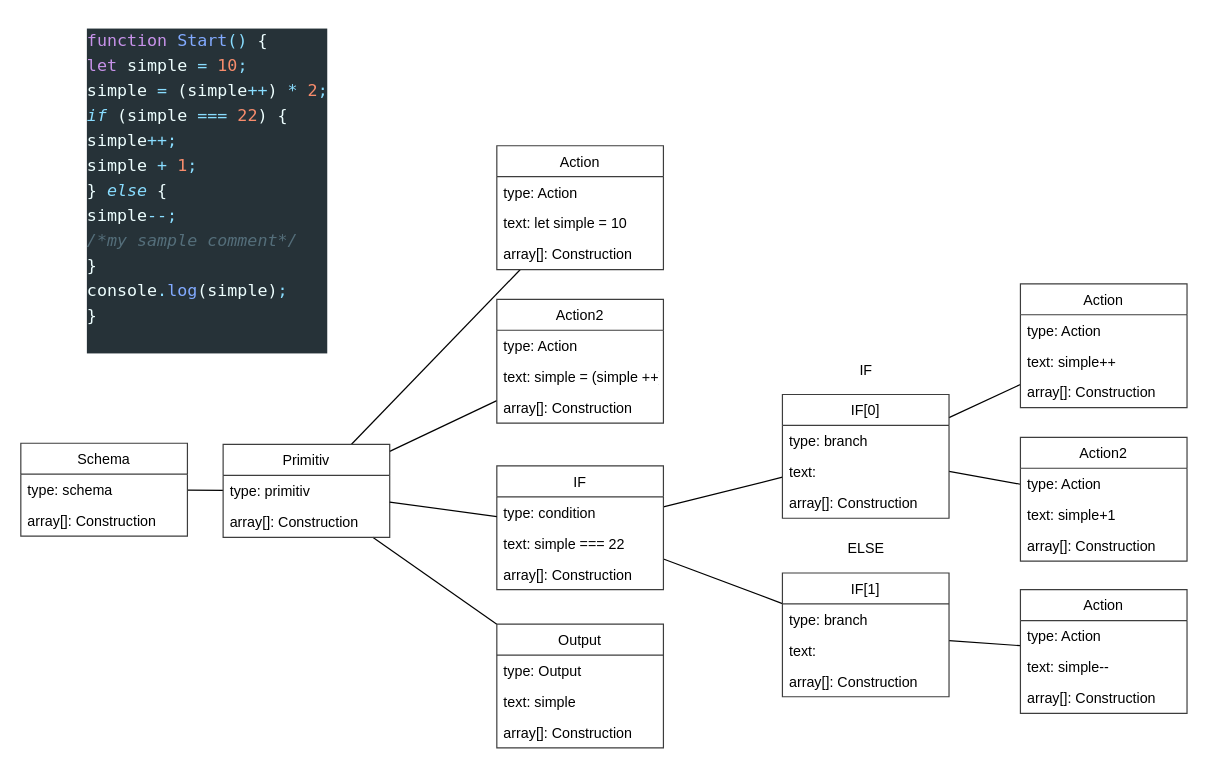
samarsky-canary/dragon keeps this draw.io diagram as page "Страница 5" (5 of 7) of dizdocs/schema_iter2.drawio. Above is the earlier version. Source tidied: cells renumbered, new cells numbered last; positions are measured from the earlier drawing's top-left corner, leaving out a move shared by most shapes. Both pictures are drawn from the tidied source at 119%, with x=0, y=0 at pixel (20, 20).
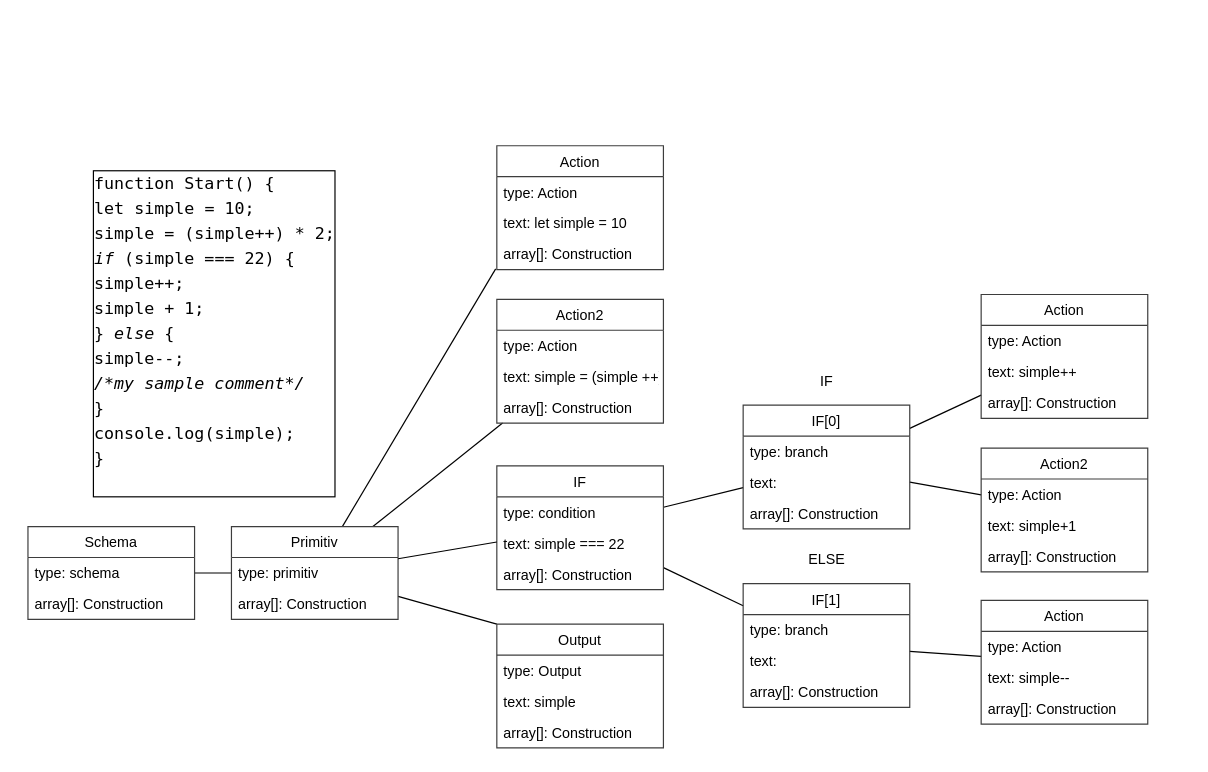
The same page after the edit.

The change refers to these unchanged cells:
```xml
<mxCell id="13" value="Action" style="swimlane;fontStyle=0;horizontal=1;startSize=26;fillColor=none;strokeColor=#3D3D3D;" parent="1" vertex="1">
  <mxGeometry x="400" y="105" width="140" height="104" as="geometry" />
</mxCell>
<mxCell id="16" value="array[]: Construction" style="text;strokeColor=none;fillColor=none;align=left;verticalAlign=top;spacingLeft=4;spacingRight=4;overflow=hidden;points=[[0,0.5],[1,0.5]];portConstraint=eastwest;" parent="13" vertex="1">
  <mxGeometry y="78" width="140" height="26" as="geometry" />
</mxCell>
```

Change to the diagram source:
```diff
@@
-    <mxCell id="2" value="&lt;div style=&quot;color: rgb(238 , 255 , 255) ; background-color: rgb(38 , 50 , 56) ; font-family: &amp;#34;menlo&amp;#34; , &amp;#34;monaco&amp;#34; , &amp;#34;courier new&amp;#34; , monospace ; font-weight: normal ; font-size: 14px ; line-height: 21px&quot;&gt;&lt;div&gt;&lt;span style=&quot;color: #c792ea&quot;&gt;function&lt;/span&gt;&lt;span style=&quot;color: #eeffff&quot;&gt; &lt;/span&gt;&lt;span style=&quot;color: #82aaff&quot;&gt;Start&lt;/span&gt;&lt;span style=&quot;color: #89ddff&quot;&gt;()&lt;/span&gt;&lt;span style=&quot;color: #eeffff&quot;&gt; {&lt;/span&gt;&lt;/div&gt;&lt;div&gt;&lt;span style=&quot;color: #eeffff&quot;&gt;    &lt;/span&gt;&lt;span style=&quot;color: #c792ea&quot;&gt;let&lt;/span&gt;&lt;span style=&quot;color: #eeffff&quot;&gt; &lt;/span&gt;&lt;span style=&quot;color: #eeffff&quot;&gt;simple&lt;/span&gt;&lt;span style=&quot;color: #eeffff&quot;&gt; &lt;/span&gt;&lt;span style=&quot;color: #89ddff&quot;&gt;=&lt;/span&gt;&lt;span style=&quot;color: #eeffff&quot;&gt; &lt;/span&gt;&lt;span style=&quot;color: #f78c6c&quot;&gt;10&lt;/span&gt;&lt;span style=&quot;color: #89ddff&quot;&gt;;&lt;/span&gt;&lt;/div&gt;&lt;div&gt;&lt;span style=&quot;color: #eeffff&quot;&gt;    &lt;/span&gt;&lt;span style=&quot;color: #eeffff&quot;&gt;simple&lt;/span&gt;&lt;span style=&quot;color: #eeffff&quot;&gt; &lt;/span&gt;&lt;span style=&quot;color: #89ddff&quot;&gt;=&lt;/span&gt;&lt;span style=&quot;color: #eeffff&quot;&gt; (&lt;/span&gt;&lt;span style=&quot;color: #eeffff&quot;&gt;simple&lt;/span&gt;&lt;span style=&quot;color: #89ddff&quot;&gt;++&lt;/span&gt;&lt;span style=&quot;color: #eeffff&quot;&gt;) &lt;/span&gt;&lt;span style=&quot;color: #89ddff&quot;&gt;*&lt;/span&gt;&lt;span style=&quot;color: #eeffff&quot;&gt; &lt;/span&gt;&lt;span style=&quot;color: #f78c6c&quot;&gt;2&lt;/span&gt;&lt;span style=&quot;color: #89ddff&quot;&gt;;&lt;/span&gt;&lt;/div&gt;&lt;div&gt;&lt;span style=&quot;color: #eeffff&quot;&gt;    &lt;/span&gt;&lt;span style=&quot;color: #89ddff ; font-style: italic&quot;&gt;if&lt;/span&gt;&lt;span style=&quot;color: #eeffff&quot;&gt; (&lt;/span&gt;&lt;span style=&quot;color: #eeffff&quot;&gt;simple&lt;/span&gt;&lt;span style=&quot;color: #eeffff&quot;&gt; &lt;/span&gt;&lt;span style=&quot;color: #89ddff&quot;&gt;===&lt;/span&gt;&lt;span style=&quot;color: #eeffff&quot;&gt; &lt;/span&gt;&lt;span style=&quot;color: #f78c6c&quot;&gt;22&lt;/span&gt;&lt;span style=&quot;color: #eeffff&quot;&gt;) {&lt;/span&gt;&lt;/div&gt;&lt;div&gt;&lt;span style=&quot;color: #eeffff&quot;&gt;        &lt;/span&gt;&lt;span style=&quot;color: #eeffff&quot;&gt;simple&lt;/span&gt;&lt;span style=&quot;color: #89ddff&quot;&gt;++;&lt;/span&gt;&lt;/div&gt;&lt;div&gt;&lt;span style=&quot;color: #eeffff&quot;&gt;        &lt;/span&gt;&lt;span style=&quot;color: #eeffff&quot;&gt;simple&lt;/span&gt;&lt;span style=&quot;color: #eeffff&quot;&gt; &lt;/span&gt;&lt;span style=&quot;color: #89ddff&quot;&gt;+&lt;/span&gt;&lt;span style=&quot;color: #eeffff&quot;&gt; &lt;/span&gt;&lt;span style=&quot;color: #f78c6c&quot;&gt;1&lt;/span&gt;&lt;span style=&quot;color: #89ddff&quot;&gt;;&lt;/span&gt;&lt;/div&gt;&lt;div&gt;&lt;span style=&quot;color: #eeffff&quot;&gt;    } &lt;/span&gt;&lt;span style=&quot;color: #89ddff ; font-style: italic&quot;&gt;else&lt;/span&gt;&lt;span style=&quot;color: #eeffff&quot;&gt; {&lt;/span&gt;&lt;/div&gt;&lt;div&gt;&lt;span style=&quot;color: #eeffff&quot;&gt;        &lt;/span&gt;&lt;span style=&quot;color: #eeffff&quot;&gt;simple&lt;/span&gt;&lt;span style=&quot;color: #89ddff&quot;&gt;--;&lt;/span&gt;&lt;/div&gt;&lt;div&gt;&lt;span style=&quot;color: #eeffff&quot;&gt;        &lt;/span&gt;&lt;span style=&quot;color: #546e7a ; font-style: italic&quot;&gt;/*my sample comment*/&lt;/span&gt;&lt;/div&gt;&lt;div&gt;&lt;span style=&quot;color: #eeffff&quot;&gt;    }&lt;/span&gt;&lt;/div&gt;&lt;div&gt;&lt;span style=&quot;color: #eeffff&quot;&gt;    &lt;/span&gt;&lt;span style=&quot;color: #eeffff&quot;&gt;console&lt;/span&gt;&lt;span style=&quot;color: #89ddff&quot;&gt;.&lt;/span&gt;&lt;span style=&quot;color: #82aaff&quot;&gt;log&lt;/span&gt;&lt;span style=&quot;color: #eeffff&quot;&gt;(&lt;/span&gt;&lt;span style=&quot;color: #eeffff&quot;&gt;simple&lt;/span&gt;&lt;span style=&quot;color: #eeffff&quot;&gt;)&lt;/span&gt;&lt;span style=&quot;color: #89ddff&quot;&gt;;&lt;/span&gt;&lt;/div&gt;&lt;div&gt;&lt;span style=&quot;color: #eeffff&quot;&gt;}&lt;/span&gt;&lt;/div&gt;&lt;br&gt;&lt;/div&gt;" style="text;whiteSpace=wrap;html=1;" parent="1" vertex="1">
-      <mxGeometry x="54" width="230" height="350" as="geometry" />
+    <mxCell id="2" value="&lt;div style=&quot;font-family: menlo, monaco, &amp;quot;courier new&amp;quot;, monospace; font-weight: normal; font-size: 14px; line-height: 21px;&quot;&gt;&lt;div&gt;&lt;span style=&quot;&quot;&gt;function&lt;/span&gt;&lt;span style=&quot;&quot;&gt; &lt;/span&gt;&lt;span style=&quot;&quot;&gt;Start&lt;/span&gt;&lt;span style=&quot;&quot;&gt;()&lt;/span&gt;&lt;span style=&quot;&quot;&gt; {&lt;/span&gt;&lt;/div&gt;&lt;div&gt;&lt;span style=&quot;&quot;&gt;    &lt;/span&gt;&lt;span style=&quot;&quot;&gt;let&lt;/span&gt;&lt;span style=&quot;&quot;&gt; &lt;/span&gt;&lt;span style=&quot;&quot;&gt;simple&lt;/span&gt;&lt;span style=&quot;&quot;&gt; &lt;/span&gt;&lt;span style=&quot;&quot;&gt;=&lt;/span&gt;&lt;span style=&quot;&quot;&gt; &lt;/span&gt;&lt;span style=&quot;&quot;&gt;10&lt;/span&gt;&lt;span style=&quot;&quot;&gt;;&lt;/span&gt;&lt;/div&gt;&lt;div&gt;&lt;span style=&quot;&quot;&gt;    &lt;/span&gt;&lt;span style=&quot;&quot;&gt;simple&lt;/span&gt;&lt;span style=&quot;&quot;&gt; &lt;/span&gt;&lt;span style=&quot;&quot;&gt;=&lt;/span&gt;&lt;span style=&quot;&quot;&gt; (&lt;/span&gt;&lt;span style=&quot;&quot;&gt;simple&lt;/span&gt;&lt;span style=&quot;&quot;&gt;++&lt;/span&gt;&lt;span style=&quot;&quot;&gt;) &lt;/span&gt;&lt;span style=&quot;&quot;&gt;*&lt;/span&gt;&lt;span style=&quot;&quot;&gt; &lt;/span&gt;&lt;span style=&quot;&quot;&gt;2&lt;/span&gt;&lt;span style=&quot;&quot;&gt;;&lt;/span&gt;&lt;/div&gt;&lt;div&gt;&lt;span style=&quot;&quot;&gt;    &lt;/span&gt;&lt;span style=&quot;font-style: italic;&quot;&gt;if&lt;/span&gt;&lt;span style=&quot;&quot;&gt; (&lt;/span&gt;&lt;span style=&quot;&quot;&gt;simple&lt;/span&gt;&lt;span style=&quot;&quot;&gt; &lt;/span&gt;&lt;span style=&quot;&quot;&gt;===&lt;/span&gt;&lt;span style=&quot;&quot;&gt; &lt;/span&gt;&lt;span style=&quot;&quot;&gt;22&lt;/span&gt;&lt;span style=&quot;&quot;&gt;) {&lt;/span&gt;&lt;/div&gt;&lt;div&gt;&lt;span style=&quot;&quot;&gt;        &lt;/span&gt;&lt;span style=&quot;&quot;&gt;simple&lt;/span&gt;&lt;span style=&quot;&quot;&gt;++;&lt;/span&gt;&lt;/div&gt;&lt;div&gt;&lt;span style=&quot;&quot;&gt;        &lt;/span&gt;&lt;span style=&quot;&quot;&gt;simple&lt;/span&gt;&lt;span style=&quot;&quot;&gt; &lt;/span&gt;&lt;span style=&quot;&quot;&gt;+&lt;/span&gt;&lt;span style=&quot;&quot;&gt; &lt;/span&gt;&lt;span style=&quot;&quot;&gt;1&lt;/span&gt;&lt;span style=&quot;&quot;&gt;;&lt;/span&gt;&lt;/div&gt;&lt;div&gt;&lt;span style=&quot;&quot;&gt;    } &lt;/span&gt;&lt;span style=&quot;font-style: italic;&quot;&gt;else&lt;/span&gt;&lt;span style=&quot;&quot;&gt; {&lt;/span&gt;&lt;/div&gt;&lt;div&gt;&lt;span style=&quot;&quot;&gt;        &lt;/span&gt;&lt;span style=&quot;&quot;&gt;simple&lt;/span&gt;&lt;span style=&quot;&quot;&gt;--;&lt;/span&gt;&lt;/div&gt;&lt;div&gt;&lt;span style=&quot;&quot;&gt;        &lt;/span&gt;&lt;span style=&quot;font-style: italic;&quot;&gt;/*my sample comment*/&lt;/span&gt;&lt;/div&gt;&lt;div&gt;&lt;span style=&quot;&quot;&gt;    }&lt;/span&gt;&lt;/div&gt;&lt;div&gt;&lt;span style=&quot;&quot;&gt;    &lt;/span&gt;&lt;span style=&quot;&quot;&gt;console&lt;/span&gt;&lt;span style=&quot;&quot;&gt;.&lt;/span&gt;&lt;span style=&quot;&quot;&gt;log&lt;/span&gt;&lt;span style=&quot;&quot;&gt;(&lt;/span&gt;&lt;span style=&quot;&quot;&gt;simple&lt;/span&gt;&lt;span style=&quot;&quot;&gt;)&lt;/span&gt;&lt;span style=&quot;&quot;&gt;;&lt;/span&gt;&lt;/div&gt;&lt;div&gt;&lt;span style=&quot;&quot;&gt;}&lt;/span&gt;&lt;/div&gt;&lt;br&gt;&lt;/div&gt;" style="text;whiteSpace=wrap;html=1;labelBackgroundColor=#ffffff;labelBorderColor=#000000;" parent="1" vertex="1">
+      <mxGeometry x="59" y="119" width="230" height="350" as="geometry" />
     </mxCell>
@@
     <mxCell id="4" value="Schema" style="swimlane;fontStyle=0;horizontal=1;startSize=26;fillColor=none;strokeColor=#3D3D3D;" parent="1" vertex="1">
-      <mxGeometry y="355" width="140" height="78" as="geometry" />
+      <mxGeometry x="6" y="425" width="140" height="78" as="geometry" />
     </mxCell>
@@
-    <mxCell id="7" style="edgeStyle=none;rounded=0;jettySize=auto;html=1;endArrow=none;endFill=0;" parent="1" edge="1" source="10" target="13">
+    <mxCell id="7" style="edgeStyle=none;rounded=0;jettySize=auto;html=1;endArrow=none;endFill=0;entryX=-0.007;entryY=0.977;entryDx=0;entryDy=0;entryPerimeter=0;" parent="1" edge="1" source="10" target="16">
       <mxGeometry relative="1" as="geometry" />
     </mxCell>
@@
     <mxCell id="10" value="Primitiv" style="swimlane;fontStyle=0;horizontal=1;startSize=26;fillColor=none;strokeColor=#3D3D3D;" parent="1" vertex="1">
-      <mxGeometry x="170" y="356" width="140" height="78" as="geometry" />
+      <mxGeometry x="177" y="425" width="140" height="78" as="geometry" />
     </mxCell>
@@
     <mxCell id="30" value="IF[0]" style="swimlane;fontStyle=0;horizontal=1;startSize=26;fillColor=none;strokeColor=#3D3D3D;" parent="1" vertex="1">
-      <mxGeometry x="640" y="314" width="140" height="104" as="geometry" />
+      <mxGeometry x="607" y="323" width="140" height="104" as="geometry" />
     </mxCell>
@@
     <mxCell id="35" value="IF[1]" style="swimlane;fontStyle=0;horizontal=1;startSize=26;fillColor=none;strokeColor=#3D3D3D;" parent="1" vertex="1">
-      <mxGeometry x="640" y="464" width="140" height="104" as="geometry" />
+      <mxGeometry x="607" y="473" width="140" height="104" as="geometry" />
     </mxCell>
@@
     <mxCell id="39" value="IF" style="text;html=1;align=center;verticalAlign=middle;strokeColor=none;" parent="1" vertex="1">
-      <mxGeometry x="695" y="284" width="30" height="20" as="geometry" />
+      <mxGeometry x="662" y="293" width="30" height="20" as="geometry" />
     </mxCell>
     <mxCell id="40" value="ELSE" style="text;html=1;align=center;verticalAlign=middle;strokeColor=none;" parent="1" vertex="1">
-      <mxGeometry x="685" y="434" width="50" height="20" as="geometry" />
+      <mxGeometry x="652" y="443" width="50" height="20" as="geometry" />
     </mxCell>
@@
     <mxCell id="45" value="Action" style="swimlane;fontStyle=0;horizontal=1;startSize=26;fillColor=none;strokeColor=#3D3D3D;" parent="1" vertex="1">
-      <mxGeometry x="840" y="221" width="140" height="104" as="geometry" />
+      <mxGeometry x="807" y="230" width="140" height="104" as="geometry" />
     </mxCell>
@@
     <mxCell id="49" value="Action2" style="swimlane;fontStyle=0;horizontal=1;startSize=26;fillColor=none;strokeColor=#3D3D3D;" parent="1" vertex="1">
-      <mxGeometry x="840" y="350" width="140" height="104" as="geometry" />
+      <mxGeometry x="807" y="359" width="140" height="104" as="geometry" />
     </mxCell>
@@
     <mxCell id="53" value="Action" style="swimlane;fontStyle=0;horizontal=1;startSize=26;fillColor=none;strokeColor=#3D3D3D;" parent="1" vertex="1">
-      <mxGeometry x="840" y="478" width="140" height="104" as="geometry" />
+      <mxGeometry x="807" y="487" width="140" height="104" as="geometry" />
     </mxCell>
```
